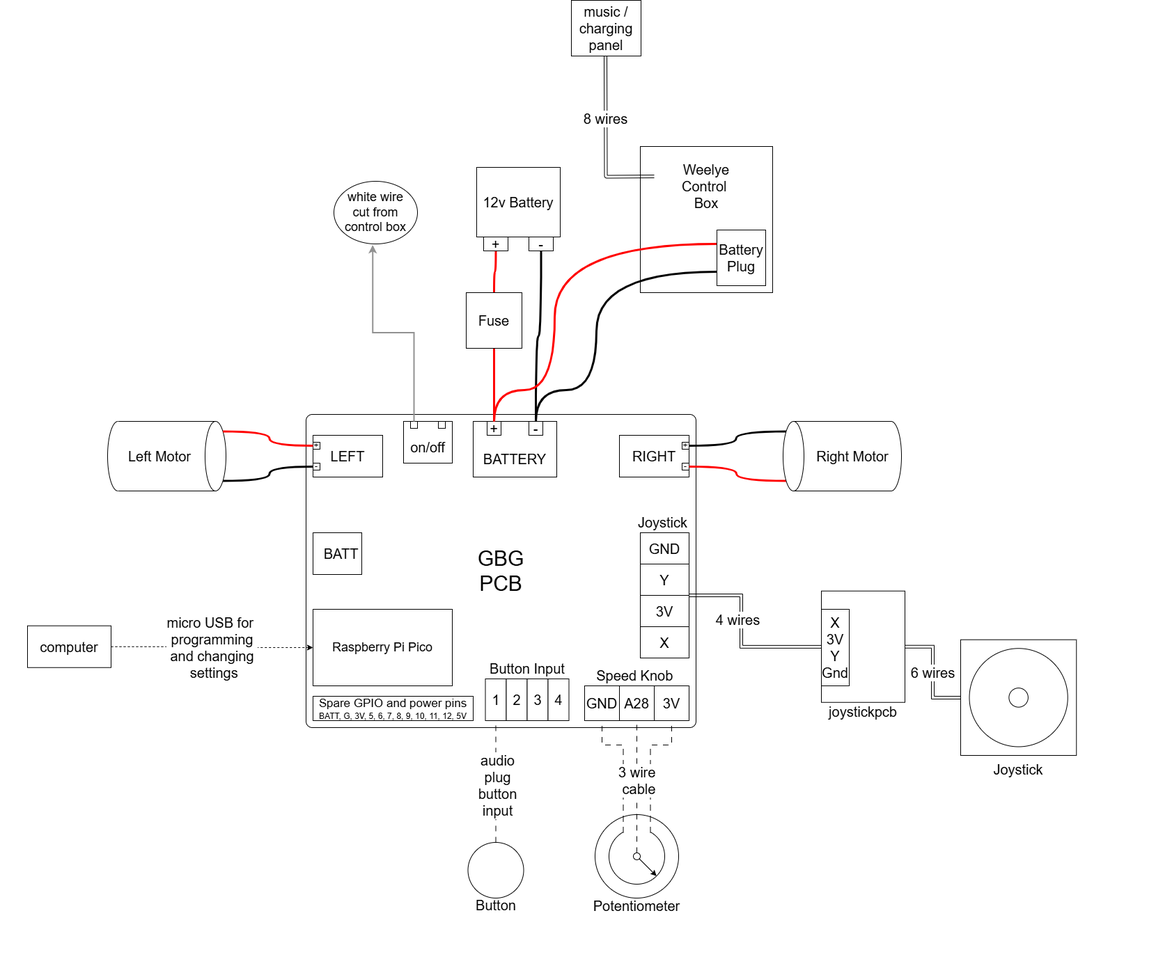
Earlier version of the draw.io export docs/instructions/car-specific/zupapa-bumper-car/photos/circuit_diagram.drawio.png (gobabygocarswithjoysticks/gbg-pcb-2). Source tidied: cells renumbered, new cells last; positions are measured from the earlier drawing's top-left corner, leaving out a move shared by most shapes.
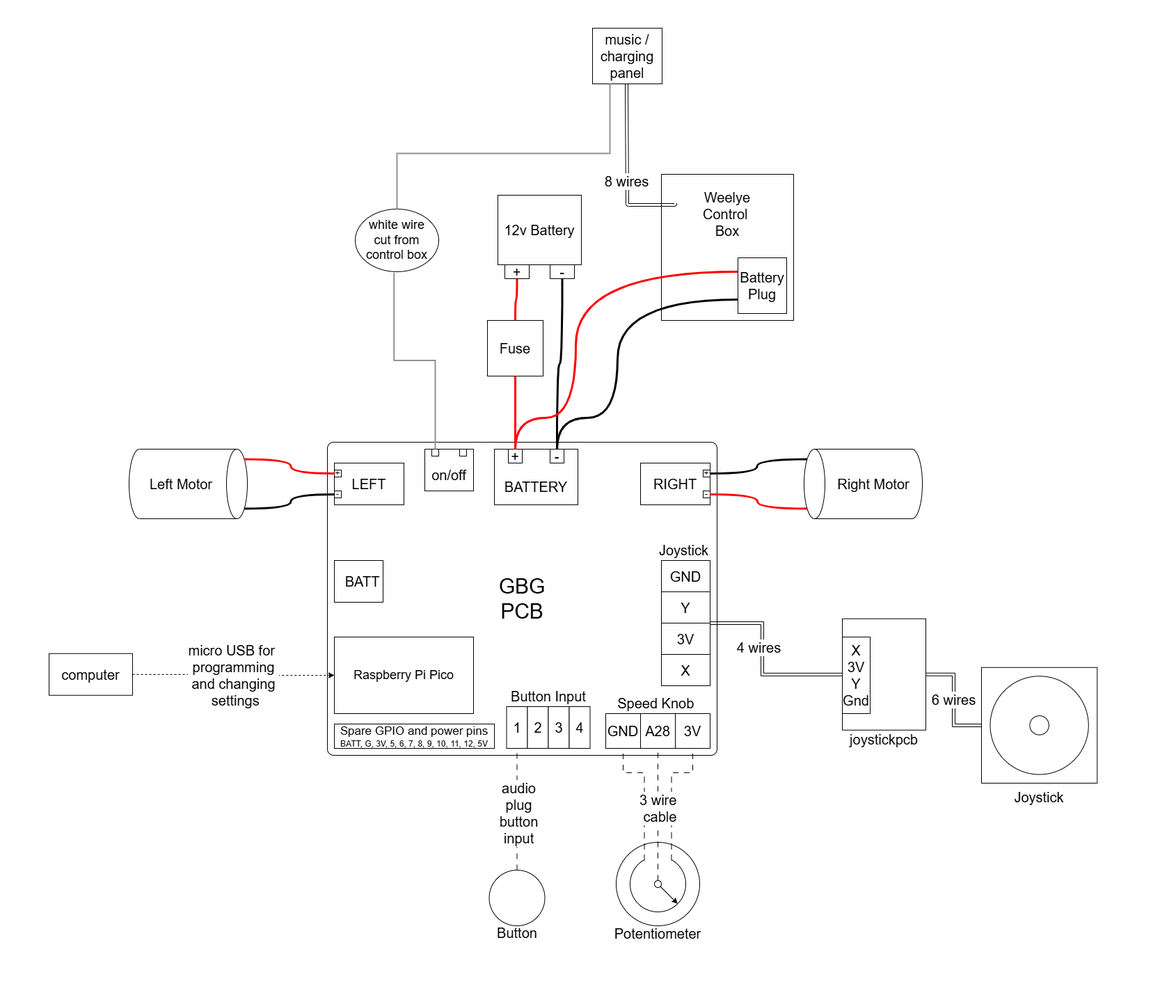
Later version of the same file.

Change to the diagram source:
```diff
@@ -245,7 +245,7 @@
       <mxGeometry x="670" y="420" width="80" height="80" as="geometry" />
     </mxCell>
     <mxCell id="74" style="whiteSpace=wrap;html=1;strokeColor=none;" parent="1" vertex="1">
-      <mxGeometry y="180" width="80" height="80" as="geometry" />
+      <mxGeometry x="-30" y="-40" width="80" height="80" as="geometry" />
     </mxCell>
     <mxCell id="75" style="whiteSpace=wrap;html=1;strokeColor=none;" parent="1" vertex="1">
       <mxGeometry x="1580" y="1320" width="80" height="80" as="geometry" />
@@ -256,7 +256,7 @@
     <mxCell id="77" value="&lt;div&gt;&lt;font style=&quot;font-size: 18px;&quot;&gt;white wire&lt;/font&gt;&lt;/div&gt;&lt;div&gt;&lt;font style=&quot;font-size: 18px;&quot;&gt;cut from control box&lt;/font&gt;&lt;/div&gt;" style="ellipse;whiteSpace=wrap;html=1;" parent="1" vertex="1">
       <mxGeometry x="480" y="260" width="120" height="90" as="geometry" />
     </mxCell>
-    <mxCell id="78" style="edgeStyle=orthogonalEdgeStyle;rounded=0;jettySize=auto;html=1;entryX=0.464;entryY=1.016;entryDx=0;entryDy=0;entryPerimeter=0;strokeWidth=2;strokeColor=#919191;" parent="1" edge="1" source="38" target="77">
+    <mxCell id="78" style="edgeStyle=orthogonalEdgeStyle;rounded=0;jettySize=auto;html=1;entryX=0.464;entryY=1.016;entryDx=0;entryDy=0;entryPerimeter=0;strokeWidth=2;strokeColor=#919191;endArrow=none;startFill=0;" parent="1" edge="1" source="38" target="77">
       <mxGeometry relative="1" as="geometry" />
     </mxCell>
     <mxCell id="79" style="edgeStyle=orthogonalEdgeStyle;rounded=0;jettySize=auto;html=1;curved=1;endArrow=none;startFill=0;strokeColor=#FF0000;strokeWidth=3;entryX=0;entryY=0.25;entryDx=0;entryDy=0;" parent="1" edge="1" target="80">
@@ -273,14 +273,25 @@
       <mxGeometry x="1030" y="330" width="70" height="80" as="geometry" />
     </mxCell>
     <mxCell id="81" value="&lt;font style=&quot;font-size: 20px;&quot;&gt;8 wires&lt;/font&gt;" style="edgeStyle=orthogonalEdgeStyle;rounded=1;orthogonalLoop=1;jettySize=auto;html=1;endArrow=none;startFill=0;shape=link;" parent="1" edge="1">
-      <mxGeometry x="0.26" relative="1" as="geometry">
+      <mxGeometry x="-0.15" y="1" relative="1" as="geometry">
         <mxPoint x="940" y="253" as="sourcePoint" />
         <mxPoint x="870" y="80" as="targetPoint" />
-        <mxPoint y="-1" as="offset" />
+        <Array as="points">
+          <mxPoint x="940" y="254" />
+          <mxPoint x="871" y="254" />
+        </Array>
       </mxGeometry>
     </mxCell>
     <mxCell id="82" value="&lt;font style=&quot;font-size: 20px;&quot;&gt;music / charging&lt;/font&gt;&lt;div&gt;&lt;font style=&quot;font-size: 20px;&quot;&gt;panel&lt;/font&gt;&lt;/div&gt;" style="rounded=0;whiteSpace=wrap;html=1;" parent="1" vertex="1">
       <mxGeometry x="821" width="100" height="80" as="geometry" />
     </mxCell>
+    <mxCell id="83" style="edgeStyle=orthogonalEdgeStyle;rounded=0;jettySize=auto;html=1;entryX=0.25;entryY=1;entryDx=0;entryDy=0;strokeWidth=2;strokeColor=#919191;exitX=0.5;exitY=0;exitDx=0;exitDy=0;endArrow=none;startFill=0;" parent="1" edge="1" source="77" target="82">
+      <mxGeometry relative="1" as="geometry">
+        <Array as="points">
+          <mxPoint x="540" y="180" />
+          <mxPoint x="846" y="180" />
+        </Array>
+      </mxGeometry>
+    </mxCell>
   </root>
 </mxGraphModel>
```
